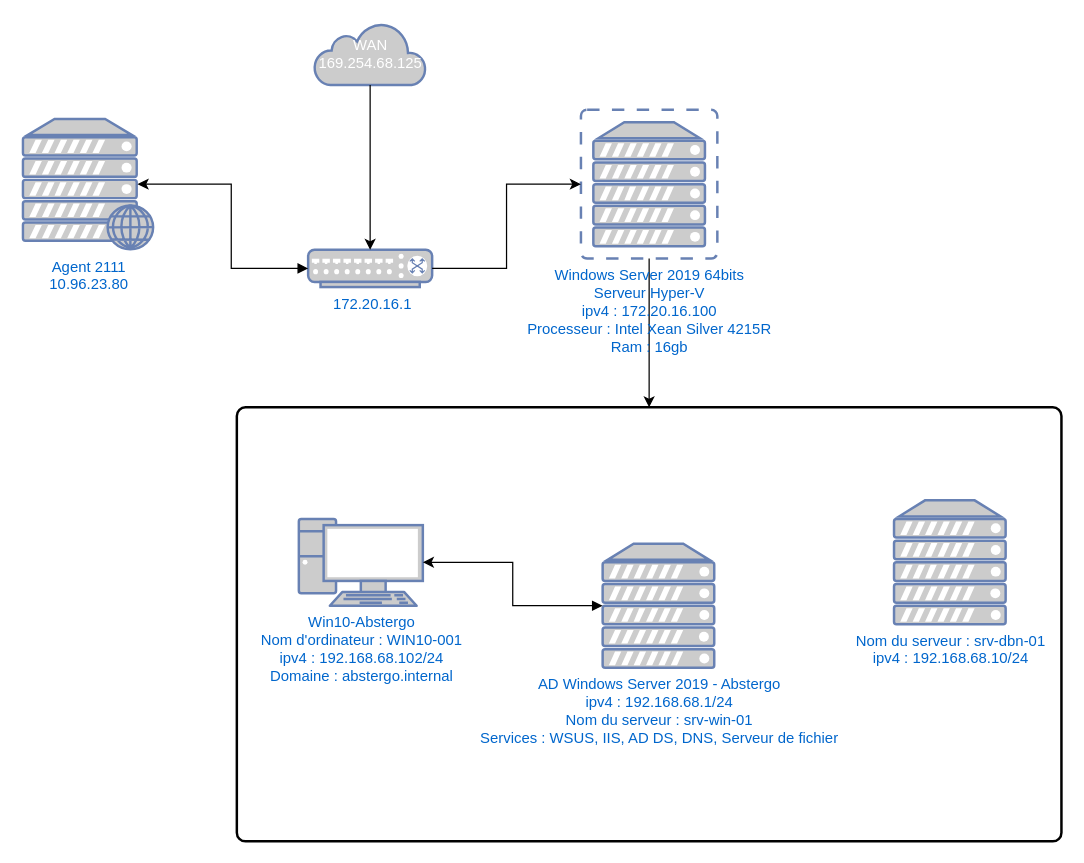
Above: CarteduReseau.drawio in CharifMah/AbstergoAnimus (draw.io), before the change. Source tidied: cells renumbered, new cells numbered last; positions are measured from the earlier drawing's top-left corner, leaving out a move shared by most shapes. Both pictures are drawn from the tidied source at 124%, with x=0, y=0 at pixel (22, 22).
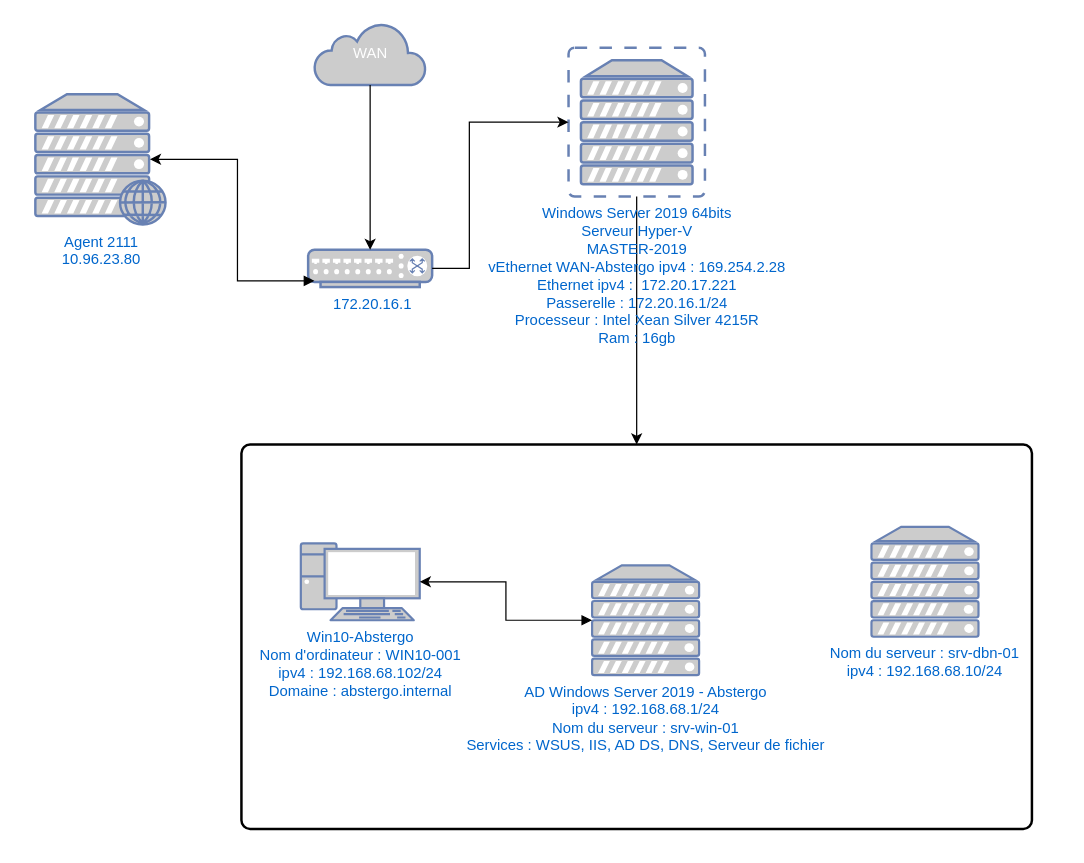
Above is the later version.

What changed in the source:
```diff
@@
 <mxGraphModel>
   <root>
     <mxCell id="0" />
     <mxCell id="1" parent="0" />
     <mxCell id="2" style="edgeStyle=orthogonalEdgeStyle;rounded=0;jettySize=auto;html=1;entryX=0.5;entryY=0;entryDx=0;entryDy=0;" parent="1" edge="1" source="3" target="9">
       <mxGeometry relative="1" as="geometry" />
     </mxCell>
-    <mxCell id="3" value="Windows Server 2019 64bits&lt;br&gt;Serveur Hyper-V&lt;br&gt;ipv4 : 172.20.16.100&lt;br&gt;Processeur : Intel Xean Silver 4215R&lt;br&gt;Ram : 16gb" style="fontColor=#0066CC;verticalAlign=top;verticalLabelPosition=bottom;labelPosition=center;align=center;html=1;outlineConnect=0;fillColor=#CCCCCC;strokeColor=#6881B3;gradientColor=none;gradientDirection=north;strokeWidth=2;shape=mxgraph.networks.virtual_server;" parent="1" vertex="1">
-      <mxGeometry x="450" y="70" width="110" height="120" as="geometry" />
+    <mxCell id="3" value="Windows Server 2019 64bits&lt;br&gt;Serveur Hyper-V&lt;br&gt;MASTER-2019&lt;br&gt;vEthernet WAN-Abstergo ipv4 : 169.254.2.28&lt;br&gt;Ethernet ipv4 :&amp;nbsp; 172.20.17.221&lt;br&gt;Passerelle : 172.20.16.1/24&lt;br&gt;Processeur : Intel Xean Silver 4215R&lt;br&gt;Ram : 16gb" style="fontColor=#0066CC;verticalAlign=top;verticalLabelPosition=bottom;labelPosition=center;align=center;html=1;outlineConnect=0;fillColor=#CCCCCC;strokeColor=#6881B3;gradientColor=none;gradientDirection=north;strokeWidth=2;shape=mxgraph.networks.virtual_server;" parent="1" vertex="1">
+      <mxGeometry x="440" y="20" width="110" height="120" as="geometry" />
     </mxCell>
     <mxCell id="4" value="Agent 2111&lt;br&gt;10.96.23.80" style="fontColor=#0066CC;verticalAlign=top;verticalLabelPosition=bottom;labelPosition=center;align=center;html=1;outlineConnect=0;fillColor=#CCCCCC;strokeColor=#6881B3;gradientColor=none;gradientDirection=north;strokeWidth=2;shape=mxgraph.networks.web_server;" parent="1" vertex="1">
-      <mxGeometry y="77.5" width="105" height="105" as="geometry" />
+      <mxGeometry x="10" y="57.5" width="105" height="105" as="geometry" />
     </mxCell>
     <mxCell id="5" value="&amp;nbsp;172.20.16.1" style="fontColor=#0066CC;verticalAlign=top;verticalLabelPosition=bottom;labelPosition=center;align=center;html=1;outlineConnect=0;fillColor=#CCCCCC;strokeColor=#6881B3;gradientColor=none;gradientDirection=north;strokeWidth=2;shape=mxgraph.networks.switch;" parent="1" vertex="1">
       <mxGeometry x="230" y="183" width="100" height="30" as="geometry" />
     </mxCell>
-    <mxCell id="6" value="WAN&lt;br&gt;169.254.68.125" style="html=1;outlineConnect=0;fillColor=#CCCCCC;strokeColor=#6881B3;gradientColor=none;gradientDirection=north;strokeWidth=2;shape=mxgraph.networks.cloud;fontColor=#ffffff;" parent="1" vertex="1">
+    <mxCell id="6" value="WAN" style="html=1;outlineConnect=0;fillColor=#CCCCCC;strokeColor=#6881B3;gradientColor=none;gradientDirection=north;strokeWidth=2;shape=mxgraph.networks.cloud;fontColor=#ffffff;" parent="1" vertex="1">
       <mxGeometry x="235" width="90" height="50" as="geometry" />
     </mxCell>
     <mxCell id="7" style="edgeStyle=orthogonalEdgeStyle;rounded=0;jettySize=auto;html=1;entryX=0.5;entryY=0;entryDx=0;entryDy=0;entryPerimeter=0;" parent="1" edge="1" source="6" target="5">
       <mxGeometry relative="1" as="geometry" />
     </mxCell>
     <mxCell id="8" style="group;" parent="1" vertex="1">
-      <mxGeometry x="172.5" y="310" width="665" height="350" as="geometry" />
+      <mxGeometry x="176.2" y="340" width="637.5" height="310" as="geometry" />
     </mxCell>
     <mxCell id="9" style="rounded=1;whiteSpace=wrap;html=1;absoluteArcSize=1;arcSize=14;strokeWidth=2;" parent="8" vertex="1">
-      <mxGeometry width="665" height="350" as="geometry" />
+      <mxGeometry width="637.5" height="310" as="geometry" />
     </mxCell>
     <mxCell id="10" value="AD Windows Server 2019 - Abstergo&lt;br&gt;ipv4 : 192.168.68.1/24&lt;br&gt;Nom du serveur : srv-win-01&lt;br&gt;Services : WSUS, IIS, AD DS, DNS, Serveur de fichier" style="fontColor=#0066CC;verticalAlign=top;verticalLabelPosition=bottom;labelPosition=center;align=center;html=1;outlineConnect=0;fillColor=#CCCCCC;strokeColor=#6881B3;gradientColor=none;gradientDirection=north;strokeWidth=2;shape=mxgraph.networks.server;" parent="8" vertex="1">
-      <mxGeometry x="295" y="110" width="90" height="100" as="geometry" />
+      <mxGeometry x="282.8" y="97.4" width="86.3" height="88.6" as="geometry" />
     </mxCell>
     <mxCell id="11" value="Win10-Abstergo&lt;br&gt;Nom d'ordinateur : WIN10-001&lt;br&gt;ipv4 : 192.168.68.102/24&lt;br&gt;Domaine : abstergo.internal" style="fontColor=#0066CC;verticalAlign=top;verticalLabelPosition=bottom;labelPosition=center;align=center;html=1;outlineConnect=0;fillColor=#CCCCCC;strokeColor=#6881B3;gradientColor=none;gradientDirection=north;strokeWidth=2;shape=mxgraph.networks.pc;" parent="8" vertex="1">
-      <mxGeometry x="50" y="90" width="100" height="70" as="geometry" />
+      <mxGeometry x="47.9" y="79.7" width="95.9" height="62" as="geometry" />
     </mxCell>
     <mxCell id="12" value="Nom du serveur : srv-dbn-01&lt;br&gt;ipv4 : 192.168.68.10/24" style="fontColor=#0066CC;verticalAlign=top;verticalLabelPosition=bottom;labelPosition=center;align=center;html=1;fillColor=#CCCCCC;strokeColor=#6881B3;gradientColor=none;gradientDirection=north;strokeWidth=2;shape=mxgraph.networks.server;" parent="8" vertex="1">
-      <mxGeometry x="530" y="75" width="90" height="100" as="geometry" />
+      <mxGeometry x="508.1" y="66.4" width="86.3" height="88.6" as="geometry" />
     </mxCell>
     <mxCell id="13" style="edgeStyle=orthogonalEdgeStyle;rounded=0;jettySize=auto;html=1;entryX=1;entryY=0.5;entryDx=0;entryDy=0;entryPerimeter=0;startArrow=block;startFill=1;" parent="8" edge="1" source="10" target="11">
       <mxGeometry relative="1" as="geometry" />
     </mxCell>
     <mxCell id="14" style="edgeStyle=orthogonalEdgeStyle;rounded=0;jettySize=auto;html=1;entryX=0;entryY=0.5;entryDx=0;entryDy=0;entryPerimeter=0;" parent="1" edge="1" source="5" target="3">
-      <mxGeometry relative="1" as="geometry" />
+      <mxGeometry relative="1" as="geometry">
+        <Array as="points">
+          <mxPoint x="360" y="198" />
+          <mxPoint x="360" y="80" />
+        </Array>
+      </mxGeometry>
     </mxCell>
-    <mxCell id="15" style="edgeStyle=orthogonalEdgeStyle;rounded=0;jettySize=auto;html=1;entryX=0.88;entryY=0.5;entryDx=0;entryDy=0;entryPerimeter=0;startArrow=block;startFill=1;" parent="1" edge="1" source="5" target="4">
+    <mxCell id="15" style="edgeStyle=orthogonalEdgeStyle;rounded=0;jettySize=auto;html=1;entryX=0.88;entryY=0.5;entryDx=0;entryDy=0;entryPerimeter=0;startArrow=block;startFill=1;" parent="1" edge="1" target="4">
       <mxGeometry relative="1" as="geometry">
+        <mxPoint x="235" y="208" as="sourcePoint" />
         <Array as="points">
-          <mxPoint x="168" y="198" />
-          <mxPoint x="168" y="130" />
+          <mxPoint x="173" y="208" />
+          <mxPoint x="173" y="110" />
         </Array>
       </mxGeometry>
     </mxCell>
   </root>
 </mxGraphModel>
```
